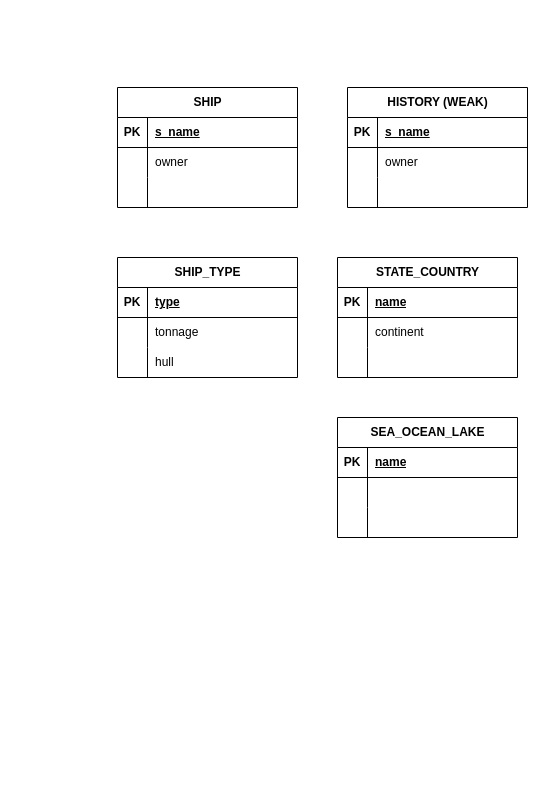
Before: hw-9.drawio in AO-5002/hw9.4-db, a draw.io diagram. Source tidied: cells renumbered, new cells numbered last; positions are measured from the earlier drawing's top-left corner, leaving out a move shared by most shapes. Both pictures are drawn from the tidied source at 100%, with x=0, y=0 at pixel (117, 87).
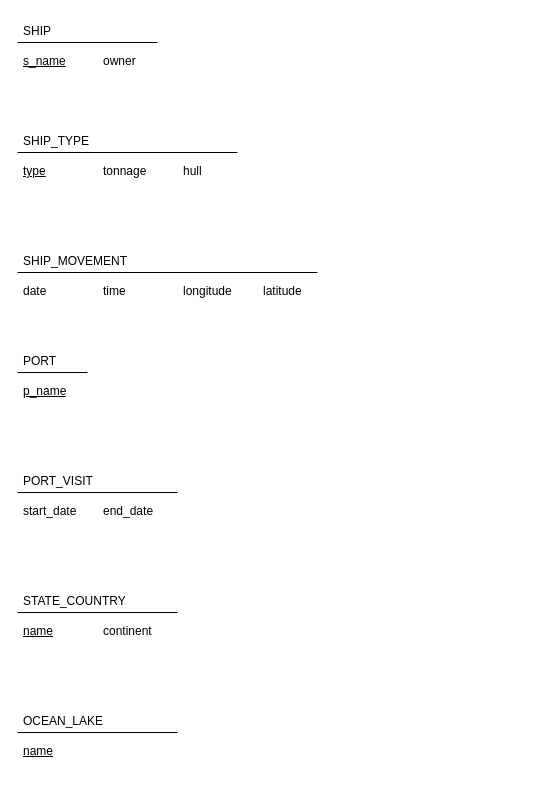
After the change.

Change to the diagram source:
```diff
@@
-    <mxCell id="2" value="SHIP" style="shape=table;startSize=30;childLayout=tableLayout;rowLines=0;fontStyle=1;align=center;html=1;" parent="1" vertex="1">
-      <mxGeometry width="180" height="120" as="geometry" />
+    <mxCell id="2" value="SHIP" style="text;strokeColor=none;fillColor=none;spacingLeft=4;spacingRight=4;overflow=hidden;fontSize=12;whiteSpace=wrap;html=1;" parent="1" vertex="1">
+      <mxGeometry x="-100" y="-70" width="40" height="30" as="geometry" />
     </mxCell>
-    <mxCell id="3" style="shape=tableRow;horizontal=0;startSize=0;swimlaneHead=0;swimlaneBody=0;fillColor=none;top=0;left=0;right=0;bottom=1;" parent="2" vertex="1">
-      <mxGeometry y="30" width="180" height="30" as="geometry" />
-    </mxCell>
-    <mxCell id="4" value="PK" style="shape=partialRectangle;fillColor=none;top=0;left=0;bottom=0;right=0;fontStyle=1;overflow=hidden;whiteSpace=wrap;html=1;" parent="3" vertex="1">
-      <mxGeometry width="30" height="30" as="geometry" />
-    </mxCell>
-    <mxCell id="5" value="s_name" style="shape=partialRectangle;fillColor=none;top=0;left=0;bottom=0;right=0;align=left;spacingLeft=6;fontStyle=5;overflow=hidden;whiteSpace=wrap;html=1;" parent="3" vertex="1">
-      <mxGeometry x="30" width="150" height="30" as="geometry" />
-    </mxCell>
-    <mxCell id="6" style="shape=tableRow;horizontal=0;startSize=0;swimlaneHead=0;swimlaneBody=0;fillColor=none;top=0;left=0;right=0;bottom=0;" parent="2" vertex="1">
-      <mxGeometry y="60" width="180" height="30" as="geometry" />
-    </mxCell>
-    <mxCell id="7" style="shape=partialRectangle;fillColor=none;top=0;left=0;bottom=0;right=0;overflow=hidden;whiteSpace=wrap;html=1;" parent="6" vertex="1">
-      <mxGeometry width="30" height="30" as="geometry" />
-    </mxCell>
-    <mxCell id="8" value="owner" style="shape=partialRectangle;fillColor=none;top=0;left=0;bottom=0;right=0;align=left;spacingLeft=6;overflow=hidden;whiteSpace=wrap;html=1;" parent="6" vertex="1">
-      <mxGeometry x="30" width="150" height="30" as="geometry" />
-    </mxCell>
-    <mxCell id="9" style="shape=tableRow;horizontal=0;startSize=0;swimlaneHead=0;swimlaneBody=0;fillColor=none;top=0;left=0;right=0;bottom=0;" parent="2" vertex="1">
-      <mxGeometry y="90" width="180" height="30" as="geometry" />
-    </mxCell>
-    <mxCell id="10" style="shape=partialRectangle;fillColor=none;top=0;left=0;bottom=0;right=0;overflow=hidden;whiteSpace=wrap;html=1;" parent="9" vertex="1">
-      <mxGeometry width="30" height="30" as="geometry" />
-    </mxCell>
-    <mxCell id="11" style="shape=partialRectangle;fillColor=none;top=0;left=0;bottom=0;right=0;align=left;spacingLeft=6;overflow=hidden;whiteSpace=wrap;html=1;" parent="9" vertex="1">
-      <mxGeometry x="30" width="150" height="30" as="geometry" />
-    </mxCell>
+    <mxCell id="52" style="line;strokeWidth=1;dashed=0;labelPosition=right;align=left;verticalAlign=middle;spacingTop=0;spacingLeft=6;" parent="1" vertex="1">
+      <mxGeometry x="-100" y="-50" width="140" height="10" as="geometry" />
+    </mxCell>
+    <mxCell id="53" value="&lt;u&gt;s_name&lt;/u&gt;" style="text;strokeColor=none;fillColor=none;spacingLeft=4;spacingRight=4;overflow=hidden;fontSize=12;whiteSpace=wrap;html=1;" parent="1" vertex="1">
+      <mxGeometry x="-100" y="-40" width="80" height="30" as="geometry" />
+    </mxCell>
+    <mxCell id="54" value="owner" style="text;strokeColor=none;fillColor=none;spacingLeft=4;spacingRight=4;overflow=hidden;fontSize=12;whiteSpace=wrap;html=1;" parent="1" vertex="1">
+      <mxGeometry x="-20" y="-40" width="60" height="30" as="geometry" />
+    </mxCell>
-    <mxCell id="12" value="SHIP_TYPE" style="shape=table;startSize=30;childLayout=tableLayout;rowLines=0;fontStyle=1;align=center;html=1;" parent="1" vertex="1">
-      <mxGeometry y="170" width="180" height="120" as="geometry" />
+    <mxCell id="12" value="SHIP_TYPE" style="text;strokeColor=none;fillColor=none;spacingLeft=4;spacingRight=4;overflow=hidden;fontSize=12;whiteSpace=wrap;html=1;" parent="1" vertex="1">
+      <mxGeometry x="-100" y="40" width="80" height="30" as="geometry" />
     </mxCell>
-    <mxCell id="13" style="shape=tableRow;horizontal=0;startSize=0;swimlaneHead=0;swimlaneBody=0;fillColor=none;top=0;left=0;right=0;bottom=1;" parent="12" vertex="1">
-      <mxGeometry y="30" width="180" height="30" as="geometry" />
-    </mxCell>
-    <mxCell id="14" value="PK" style="shape=partialRectangle;fillColor=none;top=0;left=0;bottom=0;right=0;fontStyle=1;overflow=hidden;whiteSpace=wrap;html=1;" parent="13" vertex="1">
-      <mxGeometry width="30" height="30" as="geometry" />
-    </mxCell>
+    <mxCell id="55" style="line;strokeWidth=1;dashed=0;labelPosition=right;align=left;verticalAlign=middle;spacingTop=0;spacingLeft=6;" parent="1" vertex="1">
+      <mxGeometry x="-100" y="60" width="220" height="10" as="geometry" />
+    </mxCell>
-    <mxCell id="15" value="type" style="shape=partialRectangle;fillColor=none;top=0;left=0;bottom=0;right=0;align=left;spacingLeft=6;fontStyle=5;overflow=hidden;whiteSpace=wrap;html=1;" parent="13" vertex="1">
-      <mxGeometry x="30" width="150" height="30" as="geometry" />
+    <mxCell id="15" value="&lt;u&gt;type&lt;/u&gt;" style="text;strokeColor=none;fillColor=none;spacingLeft=4;spacingRight=4;overflow=hidden;fontSize=12;whiteSpace=wrap;html=1;" parent="1" vertex="1">
+      <mxGeometry x="-100" y="70" width="80" height="30" as="geometry" />
     </mxCell>
-    <mxCell id="16" style="shape=tableRow;horizontal=0;startSize=0;swimlaneHead=0;swimlaneBody=0;fillColor=none;top=0;left=0;right=0;bottom=0;" parent="12" vertex="1">
-      <mxGeometry y="60" width="180" height="30" as="geometry" />
-    </mxCell>
-    <mxCell id="17" style="shape=partialRectangle;fillColor=none;top=0;left=0;bottom=0;right=0;overflow=hidden;whiteSpace=wrap;html=1;" parent="16" vertex="1">
-      <mxGeometry width="30" height="30" as="geometry" />
-    </mxCell>
-    <mxCell id="18" value="tonnage" style="shape=partialRectangle;fillColor=none;top=0;left=0;bottom=0;right=0;align=left;spacingLeft=6;overflow=hidden;whiteSpace=wrap;html=1;" parent="16" vertex="1">
-      <mxGeometry x="30" width="150" height="30" as="geometry" />
+    <mxCell id="18" value="tonnage" style="text;strokeColor=none;fillColor=none;spacingLeft=4;spacingRight=4;overflow=hidden;fontSize=12;whiteSpace=wrap;html=1;" parent="1" vertex="1">
+      <mxGeometry x="-20" y="70" width="80" height="30" as="geometry" />
     </mxCell>
-    <mxCell id="19" style="shape=tableRow;horizontal=0;startSize=0;swimlaneHead=0;swimlaneBody=0;fillColor=none;top=0;left=0;right=0;bottom=0;" parent="12" vertex="1">
-      <mxGeometry y="90" width="180" height="30" as="geometry" />
-    </mxCell>
-    <mxCell id="20" style="shape=partialRectangle;fillColor=none;top=0;left=0;bottom=0;right=0;overflow=hidden;whiteSpace=wrap;html=1;" parent="19" vertex="1">
-      <mxGeometry width="30" height="30" as="geometry" />
-    </mxCell>
-    <mxCell id="21" value="hull" style="shape=partialRectangle;fillColor=none;top=0;left=0;bottom=0;right=0;align=left;spacingLeft=6;overflow=hidden;whiteSpace=wrap;html=1;" parent="19" vertex="1">
-      <mxGeometry x="30" width="150" height="30" as="geometry" />
+    <mxCell id="21" value="hull" style="text;strokeColor=none;fillColor=none;spacingLeft=4;spacingRight=4;overflow=hidden;fontSize=12;whiteSpace=wrap;html=1;" parent="1" vertex="1">
+      <mxGeometry x="60" y="70" width="60" height="30" as="geometry" />
     </mxCell>
+    <mxCell id="56" value="PORT" style="text;strokeColor=none;fillColor=none;spacingLeft=4;spacingRight=4;overflow=hidden;fontSize=12;whiteSpace=wrap;html=1;" parent="1" vertex="1">
+      <mxGeometry x="-100" y="260" width="80" height="30" as="geometry" />
+    </mxCell>
+    <mxCell id="57" style="line;strokeWidth=1;dashed=0;labelPosition=right;align=left;verticalAlign=middle;spacingTop=0;spacingLeft=6;" parent="1" vertex="1">
+      <mxGeometry x="-100" y="280" width="70" height="10" as="geometry" />
+    </mxCell>
+    <mxCell id="58" value="&lt;u&gt;p_name&lt;/u&gt;" style="text;strokeColor=none;fillColor=none;spacingLeft=4;spacingRight=4;overflow=hidden;fontSize=12;whiteSpace=wrap;html=1;" parent="1" vertex="1">
+      <mxGeometry x="-100" y="290" width="80" height="30" as="geometry" />
+    </mxCell>
+    <mxCell id="59" value="PORT_VISIT" style="text;strokeColor=none;fillColor=none;spacingLeft=4;spacingRight=4;overflow=hidden;fontSize=12;whiteSpace=wrap;html=1;" parent="1" vertex="1">
+      <mxGeometry x="-100" y="380" width="80" height="30" as="geometry" />
+    </mxCell>
+    <mxCell id="60" style="line;strokeWidth=1;dashed=0;labelPosition=right;align=left;verticalAlign=middle;spacingTop=0;spacingLeft=6;" parent="1" vertex="1">
+      <mxGeometry x="-100" y="400" width="160" height="10" as="geometry" />
+    </mxCell>
+    <mxCell id="61" value="start_date" style="text;strokeColor=none;fillColor=none;spacingLeft=4;spacingRight=4;overflow=hidden;fontSize=12;whiteSpace=wrap;html=1;" parent="1" vertex="1">
+      <mxGeometry x="-100" y="410" width="80" height="30" as="geometry" />
+    </mxCell>
+    <mxCell id="62" value="end_date" style="text;strokeColor=none;fillColor=none;spacingLeft=4;spacingRight=4;overflow=hidden;fontSize=12;whiteSpace=wrap;html=1;" parent="1" vertex="1">
+      <mxGeometry x="-20" y="410" width="80" height="30" as="geometry" />
+    </mxCell>
-    <mxCell id="22" value="STATE_COUNTRY" style="shape=table;startSize=30;childLayout=tableLayout;rowLines=0;fontStyle=1;align=center;html=1;" parent="1" vertex="1">
-      <mxGeometry x="220" y="170" width="180" height="120" as="geometry" />
+    <mxCell id="22" value="STATE_COUNTRY" style="text;strokeColor=none;fillColor=none;spacingLeft=4;spacingRight=4;overflow=hidden;fontSize=12;whiteSpace=wrap;html=1;" parent="1" vertex="1">
+      <mxGeometry x="-100" y="500" width="120" height="30" as="geometry" />
     </mxCell>
-    <mxCell id="23" style="shape=tableRow;horizontal=0;startSize=0;swimlaneHead=0;swimlaneBody=0;fillColor=none;top=0;left=0;right=0;bottom=1;" parent="22" vertex="1">
-      <mxGeometry y="30" width="180" height="30" as="geometry" />
-    </mxCell>
-    <mxCell id="24" value="PK" style="shape=partialRectangle;fillColor=none;top=0;left=0;bottom=0;right=0;fontStyle=1;overflow=hidden;whiteSpace=wrap;html=1;" parent="23" vertex="1">
-      <mxGeometry width="30" height="30" as="geometry" />
-    </mxCell>
-    <mxCell id="25" value="name" style="shape=partialRectangle;fillColor=none;top=0;left=0;bottom=0;right=0;align=left;spacingLeft=6;fontStyle=5;overflow=hidden;whiteSpace=wrap;html=1;" parent="23" vertex="1">
-      <mxGeometry x="30" width="150" height="30" as="geometry" />
-    </mxCell>
-    <mxCell id="26" style="shape=tableRow;horizontal=0;startSize=0;swimlaneHead=0;swimlaneBody=0;fillColor=none;top=0;left=0;right=0;bottom=0;" parent="22" vertex="1">
-      <mxGeometry y="60" width="180" height="30" as="geometry" />
-    </mxCell>
-    <mxCell id="27" style="shape=partialRectangle;fillColor=none;top=0;left=0;bottom=0;right=0;overflow=hidden;whiteSpace=wrap;html=1;" parent="26" vertex="1">
-      <mxGeometry width="30" height="30" as="geometry" />
-    </mxCell>
+    <mxCell id="63" style="line;strokeWidth=1;dashed=0;labelPosition=right;align=left;verticalAlign=middle;spacingTop=0;spacingLeft=6;" parent="1" vertex="1">
+      <mxGeometry x="-100" y="520" width="160" height="10" as="geometry" />
+    </mxCell>
+    <mxCell id="64" value="&lt;u&gt;name&lt;/u&gt;" style="text;strokeColor=none;fillColor=none;spacingLeft=4;spacingRight=4;overflow=hidden;fontSize=12;whiteSpace=wrap;html=1;" parent="1" vertex="1">
+      <mxGeometry x="-100" y="530" width="80" height="30" as="geometry" />
+    </mxCell>
-    <mxCell id="28" value="continent" style="shape=partialRectangle;fillColor=none;top=0;left=0;bottom=0;right=0;align=left;spacingLeft=6;overflow=hidden;whiteSpace=wrap;html=1;" parent="26" vertex="1">
-      <mxGeometry x="30" width="150" height="30" as="geometry" />
+    <mxCell id="28" value="continent" style="text;strokeColor=none;fillColor=none;spacingLeft=4;spacingRight=4;overflow=hidden;fontSize=12;whiteSpace=wrap;html=1;" parent="1" vertex="1">
+      <mxGeometry x="-20" y="530" width="80" height="30" as="geometry" />
     </mxCell>
-    <mxCell id="29" style="shape=tableRow;horizontal=0;startSize=0;swimlaneHead=0;swimlaneBody=0;fillColor=none;top=0;left=0;right=0;bottom=0;" parent="22" vertex="1">
-      <mxGeometry y="90" width="180" height="30" as="geometry" />
-    </mxCell>
-    <mxCell id="30" style="shape=partialRectangle;fillColor=none;top=0;left=0;bottom=0;right=0;overflow=hidden;whiteSpace=wrap;html=1;" parent="29" vertex="1">
-      <mxGeometry width="30" height="30" as="geometry" />
-    </mxCell>
-    <mxCell id="31" style="shape=partialRectangle;fillColor=none;top=0;left=0;bottom=0;right=0;align=left;spacingLeft=6;overflow=hidden;whiteSpace=wrap;html=1;" parent="29" vertex="1">
-      <mxGeometry x="30" width="150" height="30" as="geometry" />
-    </mxCell>
-    <mxCell id="32" value="SEA_OCEAN_LAKE" style="shape=table;startSize=30;childLayout=tableLayout;rowLines=0;fontStyle=1;align=center;html=1;" parent="1" vertex="1">
-      <mxGeometry x="220" y="330" width="180" height="120" as="geometry" />
-    </mxCell>
-    <mxCell id="33" style="shape=tableRow;horizontal=0;startSize=0;swimlaneHead=0;swimlaneBody=0;fillColor=none;top=0;left=0;right=0;bottom=1;" parent="32" vertex="1">
-      <mxGeometry y="30" width="180" height="30" as="geometry" />
-    </mxCell>
-    <mxCell id="34" value="PK" style="shape=partialRectangle;fillColor=none;top=0;left=0;bottom=0;right=0;fontStyle=1;overflow=hidden;whiteSpace=wrap;html=1;" parent="33" vertex="1">
-      <mxGeometry width="30" height="30" as="geometry" />
-    </mxCell>
-    <mxCell id="35" value="name" style="shape=partialRectangle;fillColor=none;top=0;left=0;bottom=0;right=0;align=left;spacingLeft=6;fontStyle=5;overflow=hidden;whiteSpace=wrap;html=1;" parent="33" vertex="1">
-      <mxGeometry x="30" width="150" height="30" as="geometry" />
-    </mxCell>
-    <mxCell id="36" style="shape=tableRow;horizontal=0;startSize=0;swimlaneHead=0;swimlaneBody=0;fillColor=none;top=0;left=0;right=0;bottom=0;" parent="32" vertex="1">
-      <mxGeometry y="60" width="180" height="30" as="geometry" />
-    </mxCell>
-    <mxCell id="37" style="shape=partialRectangle;fillColor=none;top=0;left=0;bottom=0;right=0;overflow=hidden;whiteSpace=wrap;html=1;" parent="36" vertex="1">
-      <mxGeometry width="30" height="30" as="geometry" />
-    </mxCell>
-    <mxCell id="38" style="shape=partialRectangle;fillColor=none;top=0;left=0;bottom=0;right=0;align=left;spacingLeft=6;overflow=hidden;whiteSpace=wrap;html=1;" parent="36" vertex="1">
-      <mxGeometry x="30" width="150" height="30" as="geometry" />
-    </mxCell>
-    <mxCell id="39" style="shape=tableRow;horizontal=0;startSize=0;swimlaneHead=0;swimlaneBody=0;fillColor=none;top=0;left=0;right=0;bottom=0;" parent="32" vertex="1">
-      <mxGeometry y="90" width="180" height="30" as="geometry" />
-    </mxCell>
-    <mxCell id="40" style="shape=partialRectangle;fillColor=none;top=0;left=0;bottom=0;right=0;overflow=hidden;whiteSpace=wrap;html=1;" parent="39" vertex="1">
-      <mxGeometry width="30" height="30" as="geometry" />
-    </mxCell>
-    <mxCell id="41" style="shape=partialRectangle;fillColor=none;top=0;left=0;bottom=0;right=0;align=left;spacingLeft=6;overflow=hidden;whiteSpace=wrap;html=1;" parent="39" vertex="1">
-      <mxGeometry x="30" width="150" height="30" as="geometry" />
-    </mxCell>
-    <mxCell id="42" value="HISTORY (WEAK)" style="shape=table;startSize=30;childLayout=tableLayout;rowLines=0;fontStyle=1;align=center;html=1;" parent="1" vertex="1">
-      <mxGeometry x="230" width="180" height="120" as="geometry" />
-    </mxCell>
-    <mxCell id="43" style="shape=tableRow;horizontal=0;startSize=0;swimlaneHead=0;swimlaneBody=0;fillColor=none;top=0;left=0;right=0;bottom=1;" parent="42" vertex="1">
-      <mxGeometry y="30" width="180" height="30" as="geometry" />
-    </mxCell>
-    <mxCell id="44" value="PK" style="shape=partialRectangle;fillColor=none;top=0;left=0;bottom=0;right=0;fontStyle=1;overflow=hidden;whiteSpace=wrap;html=1;" parent="43" vertex="1">
-      <mxGeometry width="30" height="30" as="geometry" />
-    </mxCell>
-    <mxCell id="45" value="s_name" style="shape=partialRectangle;fillColor=none;top=0;left=0;bottom=0;right=0;align=left;spacingLeft=6;fontStyle=5;overflow=hidden;whiteSpace=wrap;html=1;" parent="43" vertex="1">
-      <mxGeometry x="30" width="150" height="30" as="geometry" />
-    </mxCell>
-    <mxCell id="46" style="shape=tableRow;horizontal=0;startSize=0;swimlaneHead=0;swimlaneBody=0;fillColor=none;top=0;left=0;right=0;bottom=0;" parent="42" vertex="1">
-      <mxGeometry y="60" width="180" height="30" as="geometry" />
-    </mxCell>
-    <mxCell id="47" style="shape=partialRectangle;fillColor=none;top=0;left=0;bottom=0;right=0;overflow=hidden;whiteSpace=wrap;html=1;" parent="46" vertex="1">
-      <mxGeometry width="30" height="30" as="geometry" />
-    </mxCell>
-    <mxCell id="48" value="owner" style="shape=partialRectangle;fillColor=none;top=0;left=0;bottom=0;right=0;align=left;spacingLeft=6;overflow=hidden;whiteSpace=wrap;html=1;" parent="46" vertex="1">
-      <mxGeometry x="30" width="150" height="30" as="geometry" />
-    </mxCell>
-    <mxCell id="49" style="shape=tableRow;horizontal=0;startSize=0;swimlaneHead=0;swimlaneBody=0;fillColor=none;top=0;left=0;right=0;bottom=0;" parent="42" vertex="1">
-      <mxGeometry y="90" width="180" height="30" as="geometry" />
-    </mxCell>
-    <mxCell id="50" style="shape=partialRectangle;fillColor=none;top=0;left=0;bottom=0;right=0;overflow=hidden;whiteSpace=wrap;html=1;" parent="49" vertex="1">
-      <mxGeometry width="30" height="30" as="geometry" />
-    </mxCell>
-    <mxCell id="51" style="shape=partialRectangle;fillColor=none;top=0;left=0;bottom=0;right=0;align=left;spacingLeft=6;overflow=hidden;whiteSpace=wrap;html=1;" parent="49" vertex="1">
-      <mxGeometry x="30" width="150" height="30" as="geometry" />
-    </mxCell>
+    <mxCell id="65" value="SHIP_MOVEMENT" style="text;strokeColor=none;fillColor=none;spacingLeft=4;spacingRight=4;overflow=hidden;fontSize=12;whiteSpace=wrap;html=1;" parent="1" vertex="1">
+      <mxGeometry x="-100" y="160" width="120" height="30" as="geometry" />
+    </mxCell>
+    <mxCell id="66" style="line;strokeWidth=1;dashed=0;labelPosition=right;align=left;verticalAlign=middle;spacingTop=0;spacingLeft=6;" parent="1" vertex="1">
+      <mxGeometry x="-100" y="180" width="300" height="10" as="geometry" />
+    </mxCell>
+    <mxCell id="67" value="date" style="text;strokeColor=none;fillColor=none;spacingLeft=4;spacingRight=4;overflow=hidden;fontSize=12;whiteSpace=wrap;html=1;" parent="1" vertex="1">
+      <mxGeometry x="-100" y="190" width="80" height="30" as="geometry" />
+    </mxCell>
+    <mxCell id="68" value="time" style="text;strokeColor=none;fillColor=none;spacingLeft=4;spacingRight=4;overflow=hidden;fontSize=12;whiteSpace=wrap;html=1;" parent="1" vertex="1">
+      <mxGeometry x="-20" y="190" width="80" height="30" as="geometry" />
+    </mxCell>
+    <mxCell id="69" value="latitude" style="text;strokeColor=none;fillColor=none;spacingLeft=4;spacingRight=4;overflow=hidden;fontSize=12;whiteSpace=wrap;html=1;" parent="1" vertex="1">
+      <mxGeometry x="140" y="190" width="60" height="30" as="geometry" />
+    </mxCell>
+    <mxCell id="70" value="longitude" style="text;strokeColor=none;fillColor=none;spacingLeft=4;spacingRight=4;overflow=hidden;fontSize=12;whiteSpace=wrap;html=1;" parent="1" vertex="1">
+      <mxGeometry x="60" y="190" width="80" height="30" as="geometry" />
+    </mxCell>
+    <mxCell id="71" value="OCEAN_LAKE" style="text;strokeColor=none;fillColor=none;spacingLeft=4;spacingRight=4;overflow=hidden;fontSize=12;whiteSpace=wrap;html=1;" parent="1" vertex="1">
+      <mxGeometry x="-100" y="620" width="120" height="30" as="geometry" />
+    </mxCell>
+    <mxCell id="72" style="line;strokeWidth=1;dashed=0;labelPosition=right;align=left;verticalAlign=middle;spacingTop=0;spacingLeft=6;" parent="1" vertex="1">
+      <mxGeometry x="-100" y="640" width="160" height="10" as="geometry" />
+    </mxCell>
+    <mxCell id="73" value="&lt;u&gt;name&lt;/u&gt;" style="text;strokeColor=none;fillColor=none;spacingLeft=4;spacingRight=4;overflow=hidden;fontSize=12;whiteSpace=wrap;html=1;" parent="1" vertex="1">
+      <mxGeometry x="-100" y="650" width="80" height="30" as="geometry" />
+    </mxCell>
```
